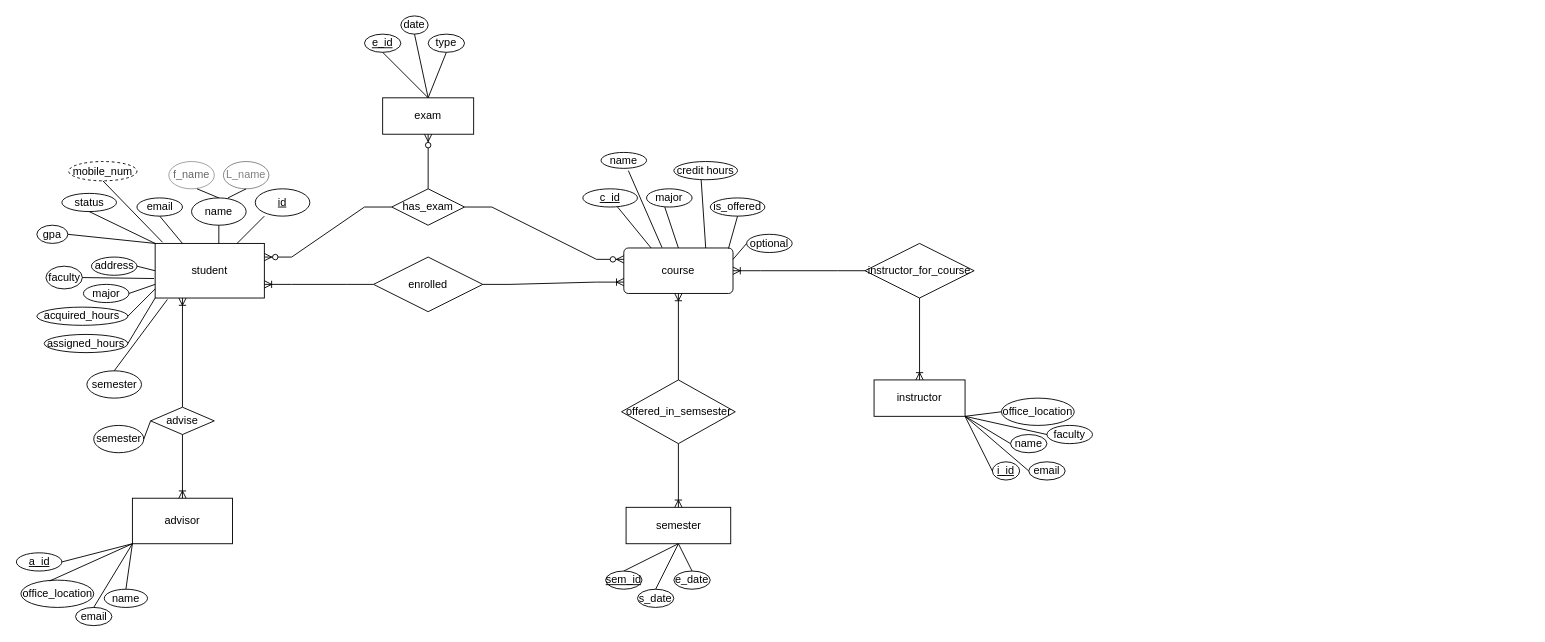
Before: Untitled Diagram.drawio in moali7061/school_system, a draw.io diagram. Source tidied: cells renumbered, new cells numbered last; positions are measured from the earlier drawing's top-left corner, leaving out a move shared by most shapes. Both pictures are drawn from the tidied source at 91%, with x=0, y=0 at pixel (16, 15).
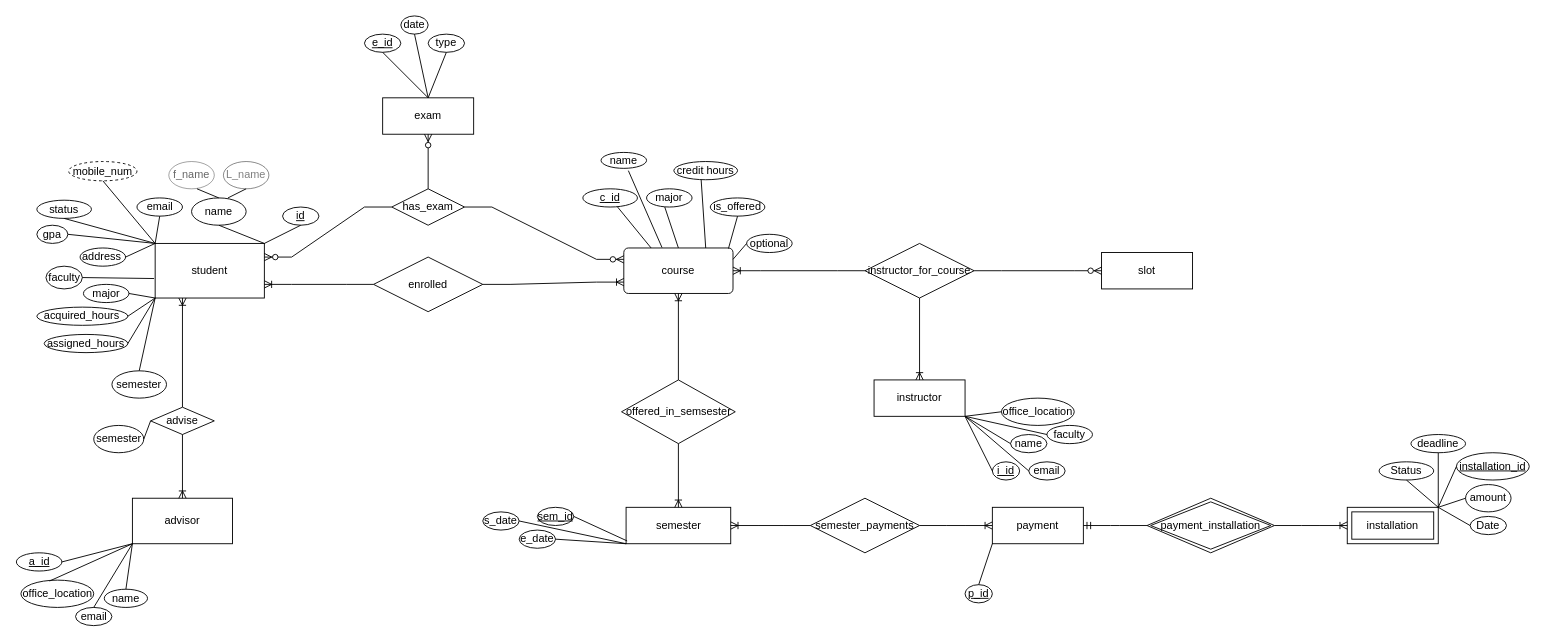
After the change.

Unchanged cells that the change refers to:
```xml
<mxCell id="3" style="rounded=0;whiteSpace=wrap;html=1;" parent="1" vertex="1">
  <mxGeometry x="152" y="250" width="120" height="60" as="geometry" />
</mxCell>
<mxCell id="19" style="ellipse;whiteSpace=wrap;html=1;" parent="1" vertex="1">
  <mxGeometry x="132" y="200" width="50" height="20" as="geometry" />
</mxCell>
<mxCell id="28" style="ellipse;whiteSpace=wrap;html=1;" parent="1" vertex="1">
  <mxGeometry x="73.2" y="295" width="50" height="20" as="geometry" />
</mxCell>
<mxCell id="40" value="mobile_num" style="ellipse;whiteSpace=wrap;html=1;align=center;dashed=1;" parent="1" vertex="1">
  <mxGeometry x="57" y="160" width="75" height="21.2" as="geometry" />
</mxCell>
<mxCell id="58" value="semester" style="whiteSpace=wrap;html=1;align=center;" parent="1" vertex="1">
  <mxGeometry x="669.5" y="540" width="115" height="40" as="geometry" />
</mxCell>
<mxCell id="96" value="instructor_for_course" style="shape=rhombus;perimeter=rhombusPerimeter;whiteSpace=wrap;html=1;align=center;" parent="1" vertex="1">
  <mxGeometry x="932" y="250" width="120" height="60" as="geometry" />
</mxCell>
```

Diff of the diagram source:
```diff
@@
     <mxCell id="5" style="ellipse;whiteSpace=wrap;html=1;" parent="1" vertex="1">
-      <mxGeometry x="262" y="190" width="60" height="30" as="geometry" />
+      <mxGeometry x="292" y="210" width="40" height="20" as="geometry" />
     </mxCell>
@@
-    <mxCell id="7" style="endArrow=none;html=1;rounded=0;" parent="1" edge="1" source="3">
-      <mxGeometry relative="1" as="geometry">
-        <mxPoint x="272" y="220" as="targetPoint" />
-      </mxGeometry>
+    <mxCell id="7" style="endArrow=none;html=1;rounded=0;entryX=0.5;entryY=1;entryDx=0;entryDy=0;" parent="1" edge="1" source="3" target="17">
+      <mxGeometry relative="1" as="geometry" />
     </mxCell>
@@
     <mxCell id="17" value="&lt;u&gt;id&lt;/u&gt;" style="text;html=1;align=center;verticalAlign=middle;whiteSpace=wrap;rounded=0;" parent="1" vertex="1">
-      <mxGeometry x="262" y="190" width="60" height="30" as="geometry" />
+      <mxGeometry x="287" y="210" width="50" height="20" as="geometry" />
     </mxCell>
-    <mxCell id="18" style="endArrow=none;html=1;rounded=0;exitX=0.583;exitY=0;exitDx=0;exitDy=0;exitPerimeter=0;" parent="1" edge="1" source="3">
+    <mxCell id="18" style="endArrow=none;html=1;rounded=0;exitX=1;exitY=0;exitDx=0;exitDy=0;" parent="1" edge="1" source="3">
       <mxGeometry relative="1" as="geometry">
         <mxPoint x="222" y="230" as="targetPoint" />
       </mxGeometry>
     </mxCell>
@@
-    <mxCell id="21" style="endArrow=none;html=1;rounded=0;exitX=0.25;exitY=0;exitDx=0;exitDy=0;entryX=0.5;entryY=1;entryDx=0;entryDy=0;" parent="1" edge="1" source="3" target="19">
+    <mxCell id="21" style="endArrow=none;html=1;rounded=0;exitX=0;exitY=0;exitDx=0;exitDy=0;entryX=0.5;entryY=1;entryDx=0;entryDy=0;" parent="1" edge="1" source="3" target="19">
       <mxGeometry relative="1" as="geometry" />
     </mxCell>
     <mxCell id="22" style="ellipse;whiteSpace=wrap;html=1;" parent="1" vertex="1">
-      <mxGeometry x="82" y="265" width="50" height="20" as="geometry" />
+      <mxGeometry x="69.5" y="255" width="50" height="20" as="geometry" />
     </mxCell>
     <mxCell id="23" value="address" style="text;html=1;align=center;verticalAlign=middle;whiteSpace=wrap;rounded=0;" parent="1" vertex="1">
-      <mxGeometry x="90.8" y="270" width="32.5" height="10" as="geometry" />
+      <mxGeometry x="77" y="260" width="32.5" height="10" as="geometry" />
     </mxCell>
-    <mxCell id="24" style="endArrow=none;html=1;rounded=0;exitX=0;exitY=0.5;exitDx=0;exitDy=0;entryX=1;entryY=0.5;entryDx=0;entryDy=0;" parent="1" edge="1" source="3" target="22">
+    <mxCell id="24" style="endArrow=none;html=1;rounded=0;exitX=0;exitY=0;exitDx=0;exitDy=0;entryX=1;entryY=0.5;entryDx=0;entryDy=0;" parent="1" edge="1" source="3" target="22">
       <mxGeometry relative="1" as="geometry" />
     </mxCell>
@@
-    <mxCell id="30" style="endArrow=none;html=1;rounded=0;exitX=1;exitY=0.5;exitDx=0;exitDy=0;" parent="1" edge="1" source="28">
-      <mxGeometry relative="1" as="geometry">
-        <mxPoint x="152" y="295" as="targetPoint" />
-      </mxGeometry>
+    <mxCell id="30" style="endArrow=none;html=1;rounded=0;exitX=1;exitY=0.5;exitDx=0;exitDy=0;entryX=0;entryY=1;entryDx=0;entryDy=0;" parent="1" edge="1" source="28" target="3">
+      <mxGeometry relative="1" as="geometry" />
     </mxCell>
@@
-    <mxCell id="33" style="endArrow=none;html=1;rounded=0;" parent="1" edge="1">
+    <mxCell id="33" style="endArrow=none;html=1;rounded=0;entryX=0;entryY=1;entryDx=0;entryDy=0;" parent="1" edge="1" target="3">
       <mxGeometry relative="1" as="geometry">
         <mxPoint x="122" y="330" as="sourcePoint" />
-        <mxPoint x="152" y="300" as="targetPoint" />
       </mxGeometry>
     </mxCell>
@@
     <mxCell id="37" style="ellipse;whiteSpace=wrap;html=1;" parent="1" vertex="1">
-      <mxGeometry x="77" y="390" width="60" height="30" as="geometry" />
+      <mxGeometry x="104.5" y="390" width="60" height="30" as="geometry" />
     </mxCell>
     <mxCell id="38" value="semester" style="text;html=1;align=center;verticalAlign=middle;whiteSpace=wrap;rounded=0;" parent="1" vertex="1">
-      <mxGeometry x="84.5" y="397.5" width="45" height="15" as="geometry" />
+      <mxGeometry x="112" y="397.5" width="45" height="15" as="geometry" />
     </mxCell>
-    <mxCell id="39" style="endArrow=none;html=1;rounded=0;exitX=0.5;exitY=0;exitDx=0;exitDy=0;entryX=0.112;entryY=1.026;entryDx=0;entryDy=0;entryPerimeter=0;" parent="1" edge="1" source="37" target="3">
+    <mxCell id="39" style="endArrow=none;html=1;rounded=0;exitX=0.5;exitY=0;exitDx=0;exitDy=0;entryX=0;entryY=1;entryDx=0;entryDy=0;" parent="1" edge="1" source="37" target="3">
       <mxGeometry relative="1" as="geometry" />
     </mxCell>
@@
-    <mxCell id="41" style="endArrow=none;html=1;rounded=0;exitX=0.5;exitY=1;exitDx=0;exitDy=0;entryX=0.067;entryY=-0.022;entryDx=0;entryDy=0;entryPerimeter=0;" parent="1" edge="1" source="40" target="3">
+    <mxCell id="41" style="endArrow=none;html=1;rounded=0;exitX=0.5;exitY=1;exitDx=0;exitDy=0;entryX=0;entryY=0;entryDx=0;entryDy=0;" parent="1" edge="1" source="40" target="3">
       <mxGeometry relative="1" as="geometry" />
     </mxCell>
@@
     <mxCell id="59" value="&lt;u&gt;sem_id&lt;/u&gt;" style="ellipse;whiteSpace=wrap;html=1;align=center;" parent="1" vertex="1">
-      <mxGeometry x="647" y="610" width="40" height="20" as="geometry" />
+      <mxGeometry x="572" y="540" width="40" height="20" as="geometry" />
     </mxCell>
     <mxCell id="60" value="s_date" style="ellipse;whiteSpace=wrap;html=1;align=center;" parent="1" vertex="1">
-      <mxGeometry x="682" y="630" width="40" height="20" as="geometry" />
+      <mxGeometry x="512" y="545" width="40" height="20" as="geometry" />
     </mxCell>
     <mxCell id="61" value="e_date" style="ellipse;whiteSpace=wrap;html=1;align=center;" parent="1" vertex="1">
-      <mxGeometry x="722" y="610" width="40" height="20" as="geometry" />
+      <mxGeometry x="552" y="565" width="40" height="20" as="geometry" />
     </mxCell>
-    <mxCell id="62" style="endArrow=none;html=1;rounded=0;exitX=0.5;exitY=0;exitDx=0;exitDy=0;" parent="1" edge="1" source="59">
-      <mxGeometry relative="1" as="geometry">
-        <mxPoint x="727" y="580" as="targetPoint" />
-      </mxGeometry>
+    <mxCell id="62" style="endArrow=none;html=1;rounded=0;exitX=1;exitY=0.5;exitDx=0;exitDy=0;entryX=0.01;entryY=0.923;entryDx=0;entryDy=0;entryPerimeter=0;" parent="1" edge="1" source="59" target="58">
+      <mxGeometry relative="1" as="geometry" />
     </mxCell>
-    <mxCell id="63" style="endArrow=none;html=1;rounded=0;entryX=0.5;entryY=1;entryDx=0;entryDy=0;exitX=0.5;exitY=0;exitDx=0;exitDy=0;" parent="1" edge="1" source="60" target="58">
+    <mxCell id="63" style="endArrow=none;html=1;rounded=0;entryX=0;entryY=1;entryDx=0;entryDy=0;exitX=1;exitY=0.5;exitDx=0;exitDy=0;" parent="1" edge="1" source="60" target="58">
       <mxGeometry relative="1" as="geometry" />
     </mxCell>
-    <mxCell id="64" style="endArrow=none;html=1;rounded=0;entryX=0.5;entryY=1;entryDx=0;entryDy=0;exitX=0.5;exitY=0;exitDx=0;exitDy=0;" parent="1" edge="1" source="61" target="58">
+    <mxCell id="64" style="endArrow=none;html=1;rounded=0;entryX=0;entryY=1;entryDx=0;entryDy=0;exitX=1;exitY=0.5;exitDx=0;exitDy=0;" parent="1" edge="1" source="61" target="58">
       <mxGeometry relative="1" as="geometry" />
     </mxCell>
@@
     <mxCell id="79" value="status" style="ellipse;whiteSpace=wrap;html=1;align=center;" parent="1" vertex="1">
-      <mxGeometry x="49.5" y="195" width="60" height="20" as="geometry" />
+      <mxGeometry x="22" y="202.5" width="60" height="20" as="geometry" />
     </mxCell>
@@
+    <mxCell id="110" value="slot" style="whiteSpace=wrap;html=1;align=center;" parent="1" vertex="1">
+      <mxGeometry x="1192" y="260" width="100" height="40" as="geometry" />
+    </mxCell>
+    <mxCell id="111" style="edgeStyle=entityRelationEdgeStyle;fontSize=12;html=1;endArrow=ERzeroToMany;endFill=1;rounded=0;entryX=0;entryY=0.5;entryDx=0;entryDy=0;exitX=1;exitY=0.5;exitDx=0;exitDy=0;" parent="1" edge="1" source="96" target="110">
+      <mxGeometry relative="1" as="geometry" />
+    </mxCell>
+    <mxCell id="112" style="edgeStyle=entityRelationEdgeStyle;fontSize=12;html=1;endArrow=ERoneToMany;rounded=0;entryX=0;entryY=0.5;entryDx=0;entryDy=0;" parent="1" edge="1" target="115">
+      <mxGeometry relative="1" as="geometry">
+        <mxPoint x="992" y="560" as="sourcePoint" />
+      </mxGeometry>
+    </mxCell>
+    <mxCell id="113" value="semester_payments" style="shape=rhombus;perimeter=rhombusPerimeter;whiteSpace=wrap;html=1;align=center;" parent="1" vertex="1">
+      <mxGeometry x="872" y="530" width="120" height="60" as="geometry" />
+    </mxCell>
+    <mxCell id="114" style="edgeStyle=entityRelationEdgeStyle;fontSize=12;html=1;endArrow=ERoneToMany;rounded=0;entryX=1;entryY=0.5;entryDx=0;entryDy=0;exitX=0;exitY=0.5;exitDx=0;exitDy=0;" parent="1" edge="1" source="113" target="58">
+      <mxGeometry relative="1" as="geometry">
+        <Array as="points">
+          <mxPoint x="872" y="560" />
+          <mxPoint x="922" y="560" />
+        </Array>
+      </mxGeometry>
+    </mxCell>
+    <mxCell id="115" value="payment" style="whiteSpace=wrap;html=1;align=center;" parent="1" vertex="1">
+      <mxGeometry x="1072" y="540" width="100" height="40" as="geometry" />
+    </mxCell>
+    <mxCell id="116" value="payment_installation" style="shape=rhombus;double=1;perimeter=rhombusPerimeter;whiteSpace=wrap;html=1;align=center;" parent="1" vertex="1">
+      <mxGeometry x="1242" y="530" width="140" height="60" as="geometry" />
+    </mxCell>
+    <mxCell id="117" style="edgeStyle=entityRelationEdgeStyle;fontSize=12;html=1;endArrow=ERmandOne;rounded=0;entryX=1;entryY=0.5;entryDx=0;entryDy=0;exitX=0;exitY=0.5;exitDx=0;exitDy=0;" parent="1" edge="1" source="116" target="115">
+      <mxGeometry relative="1" as="geometry">
+        <Array as="points">
+          <mxPoint x="1292" y="560" />
+        </Array>
+      </mxGeometry>
+    </mxCell>
+    <mxCell id="118" value="installation" style="shape=ext;margin=3;double=1;whiteSpace=wrap;html=1;align=center;" parent="1" vertex="1">
+      <mxGeometry x="1462" y="540" width="100" height="40" as="geometry" />
+    </mxCell>
+    <mxCell id="119" style="edgeStyle=entityRelationEdgeStyle;fontSize=12;html=1;endArrow=ERoneToMany;rounded=0;entryX=0;entryY=0.5;entryDx=0;entryDy=0;exitX=1;exitY=0.5;exitDx=0;exitDy=0;" parent="1" edge="1" source="116" target="118">
+      <mxGeometry relative="1" as="geometry" />
+    </mxCell>
+    <mxCell id="120" value="&lt;u&gt;p_id&lt;/u&gt;" style="ellipse;whiteSpace=wrap;html=1;align=center;" parent="1" vertex="1">
+      <mxGeometry x="1042" y="625" width="30" height="20" as="geometry" />
+    </mxCell>
+    <mxCell id="121" style="endArrow=none;html=1;rounded=0;exitX=0.5;exitY=0;exitDx=0;exitDy=0;entryX=0;entryY=1;entryDx=0;entryDy=0;" parent="1" edge="1" source="120" target="115">
+      <mxGeometry relative="1" as="geometry" />
+    </mxCell>
+    <mxCell id="122" value="&lt;u&gt;installation_id&lt;/u&gt;" style="ellipse;whiteSpace=wrap;html=1;align=center;" parent="1" vertex="1">
+      <mxGeometry x="1582" y="480" width="80" height="30" as="geometry" />
+    </mxCell>
+    <mxCell id="123" style="endArrow=none;html=1;rounded=0;entryX=0;entryY=0.5;entryDx=0;entryDy=0;exitX=1;exitY=0;exitDx=0;exitDy=0;" parent="1" edge="1" source="118" target="122">
+      <mxGeometry relative="1" as="geometry" />
+    </mxCell>
+    <mxCell id="124" value="Date" style="ellipse;whiteSpace=wrap;html=1;align=center;" parent="1" vertex="1">
+      <mxGeometry x="1597" y="550" width="40" height="20" as="geometry" />
+    </mxCell>
+    <mxCell id="125" value="amount" style="ellipse;whiteSpace=wrap;html=1;align=center;" parent="1" vertex="1">
+      <mxGeometry x="1592" y="515" width="50" height="30" as="geometry" />
+    </mxCell>
+    <mxCell id="126" value="deadline" style="ellipse;whiteSpace=wrap;html=1;align=center;" parent="1" vertex="1">
+      <mxGeometry x="1532" y="460" width="60" height="20" as="geometry" />
+    </mxCell>
+    <mxCell id="127" value="Status" style="ellipse;whiteSpace=wrap;html=1;align=center;" parent="1" vertex="1">
+      <mxGeometry x="1497" y="490" width="60" height="20" as="geometry" />
+    </mxCell>
+    <mxCell id="128" style="endArrow=none;html=1;rounded=0;entryX=0.5;entryY=1;entryDx=0;entryDy=0;exitX=1;exitY=0;exitDx=0;exitDy=0;" parent="1" edge="1" source="118" target="127">
+      <mxGeometry relative="1" as="geometry" />
+    </mxCell>
+    <mxCell id="129" style="endArrow=none;html=1;rounded=0;entryX=0.5;entryY=1;entryDx=0;entryDy=0;exitX=1;exitY=0;exitDx=0;exitDy=0;" parent="1" edge="1" source="118" target="126">
+      <mxGeometry relative="1" as="geometry" />
+    </mxCell>
+    <mxCell id="130" style="endArrow=none;html=1;rounded=0;entryX=0;entryY=0.5;entryDx=0;entryDy=0;exitX=1;exitY=0;exitDx=0;exitDy=0;" parent="1" edge="1" source="118" target="125">
+      <mxGeometry relative="1" as="geometry" />
+    </mxCell>
+    <mxCell id="131" style="endArrow=none;html=1;rounded=0;entryX=0;entryY=0.5;entryDx=0;entryDy=0;exitX=1;exitY=0;exitDx=0;exitDy=0;" parent="1" edge="1" source="118" target="124">
+      <mxGeometry relative="1" as="geometry" />
+    </mxCell>
```
